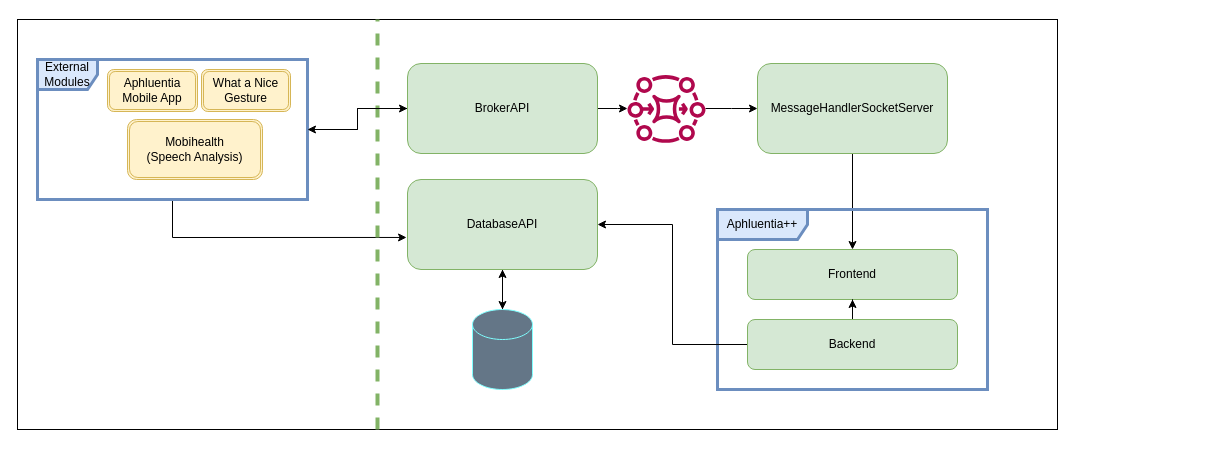
The draw.io diagram diagrams/arch/arch.drawio in APHLUENTIA/Documentation, before the edit. Source tidied: cells renumbered, new cells numbered last; positions are measured from the earlier drawing's top-left corner, leaving out a move shared by most shapes. Both pictures are drawn from the tidied source at 100%, with x=0, y=0 at pixel (17, 19).
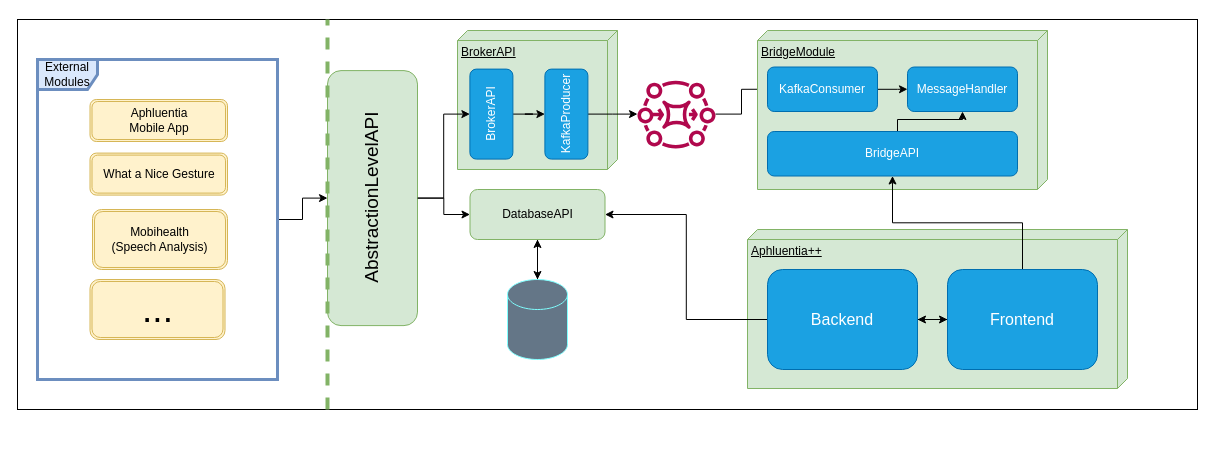
The same page after the edit.

What changed in the source:
```diff
@@
     <mxCell id="2" style="rounded=0;whiteSpace=wrap;html=1;" parent="1" vertex="1">
-      <mxGeometry width="1040" height="410" as="geometry" />
+      <mxGeometry width="1180" height="390" as="geometry" />
     </mxCell>
-    <mxCell id="3" style="edgeStyle=orthogonalEdgeStyle;rounded=0;jettySize=auto;html=1;entryX=-0.005;entryY=0.644;entryDx=0;entryDy=0;strokeWidth=1;entryPerimeter=0;" parent="1" edge="1" source="5" target="9">
-      <mxGeometry relative="1" as="geometry">
-        <Array as="points">
-          <mxPoint x="155" y="218" />
-        </Array>
-      </mxGeometry>
-    </mxCell>
-    <mxCell id="4" style="edgeStyle=orthogonalEdgeStyle;rounded=0;jettySize=auto;html=1;entryX=0;entryY=0.5;entryDx=0;entryDy=0;strokeWidth=1;" parent="1" edge="1" source="5" target="18">
-      <mxGeometry relative="1" as="geometry" />
-    </mxCell>
+    <mxCell id="19" value="Aphluentia++" style="verticalAlign=top;align=left;spacingTop=8;spacingLeft=2;spacingRight=12;shape=cube;size=10;direction=south;fontStyle=4;html=1;whiteSpace=wrap;fillColor=#d5e8d4;strokeColor=#82b366;" parent="1" vertex="1">
+      <mxGeometry x="730" y="210" width="380" height="159" as="geometry" />
+    </mxCell>
+    <mxCell id="26" style="edgeStyle=orthogonalEdgeStyle;rounded=0;jettySize=auto;html=1;" parent="1" edge="1" source="5" target="29">
+      <mxGeometry relative="1" as="geometry" />
+    </mxCell>
     <mxCell id="5" value="External&lt;br&gt;Modules" style="shape=umlFrame;whiteSpace=wrap;html=1;fillColor=#dae8fc;strokeColor=#6c8ebf;strokeWidth=3;" parent="1" vertex="1">
-      <mxGeometry x="20" y="40" width="270" height="140" as="geometry" />
+      <mxGeometry x="20" y="40" width="240" height="320" as="geometry" />
     </mxCell>
@@
     <mxCell id="7" style="shape=cylinder3;whiteSpace=wrap;html=1;boundedLbl=1;backgroundOutline=1;size=15;fillColor=#647687;strokeColor=#80ffff;fontColor=#ffffff;" parent="1" vertex="1">
-      <mxGeometry x="455" y="290" width="60" height="80" as="geometry" />
+      <mxGeometry x="490" y="260" width="60" height="80" as="geometry" />
     </mxCell>
@@
     <mxCell id="9" value="&lt;font style=&quot;font-size: 12px;&quot;&gt;DatabaseAPI&lt;br&gt;&lt;/font&gt;" style="rounded=1;whiteSpace=wrap;html=1;fillColor=#d5e8d4;strokeColor=#82b366;" parent="1" vertex="1">
-      <mxGeometry x="390" y="160" width="190" height="90" as="geometry" />
+      <mxGeometry x="452.5" y="170" width="135" height="50" as="geometry" />
     </mxCell>
-    <mxCell id="10" style="edgeStyle=orthogonalEdgeStyle;rounded=0;jettySize=auto;html=1;entryX=0.5;entryY=0;entryDx=0;entryDy=0;strokeWidth=1;" parent="1" edge="1" source="11" target="20">
-      <mxGeometry relative="1" as="geometry" />
-    </mxCell>
-    <mxCell id="11" value="MessageHandlerSocketServer" style="rounded=1;whiteSpace=wrap;html=1;fillColor=#d5e8d4;strokeColor=#82b366;" parent="1" vertex="1">
-      <mxGeometry x="740" y="44" width="190" height="90" as="geometry" />
-    </mxCell>
     <mxCell id="12" value="Aphluentia&lt;br&gt;Mobile App" style="shape=ext;double=1;rounded=1;whiteSpace=wrap;html=1;fillColor=#fff2cc;strokeColor=#d6b656;" parent="1" vertex="1">
-      <mxGeometry x="90" y="50" width="90" height="42" as="geometry" />
+      <mxGeometry x="72.5" y="80" width="137.5" height="42" as="geometry" />
     </mxCell>
     <mxCell id="13" value="What a Nice Gesture" style="shape=ext;double=1;rounded=1;whiteSpace=wrap;html=1;fillColor=#fff2cc;strokeColor=#d6b656;" parent="1" vertex="1">
-      <mxGeometry x="184" y="50" width="89" height="42" as="geometry" />
+      <mxGeometry x="72.5" y="133.6" width="137.5" height="42" as="geometry" />
     </mxCell>
     <mxCell id="14" value="Mobihealth &lt;br&gt;(Speech Analysis)" style="shape=ext;double=1;rounded=1;whiteSpace=wrap;html=1;fillColor=#fff2cc;strokeColor=#d6b656;" parent="1" vertex="1">
-      <mxGeometry x="110" y="100" width="135" height="60" as="geometry" />
+      <mxGeometry x="75" y="190" width="135" height="60" as="geometry" />
     </mxCell>
-    <mxCell id="15" style="endArrow=none;dashed=1;html=1;rounded=0;strokeWidth=4;fillColor=#d5e8d4;strokeColor=#82b366;" parent="1" edge="1">
-      <mxGeometry relative="1" as="geometry">
-        <mxPoint x="360" y="410" as="sourcePoint" />
-        <mxPoint x="360" as="targetPoint" />
-      </mxGeometry>
-    </mxCell>
-    <mxCell id="16" style="edgeStyle=orthogonalEdgeStyle;rounded=0;jettySize=auto;html=1;strokeWidth=1;" parent="1" edge="1" source="18" target="25">
-      <mxGeometry relative="1" as="geometry" />
-    </mxCell>
-    <mxCell id="17" style="edgeStyle=orthogonalEdgeStyle;rounded=0;jettySize=auto;html=1;entryX=1;entryY=0.5;entryDx=0;entryDy=0;entryPerimeter=0;fontSize=12;strokeWidth=1;" parent="1" edge="1" source="18" target="5">
-      <mxGeometry relative="1" as="geometry" />
-    </mxCell>
-    <mxCell id="18" value="BrokerAPI" style="rounded=1;whiteSpace=wrap;html=1;fillColor=#d5e8d4;strokeColor=#82b366;" parent="1" vertex="1">
-      <mxGeometry x="390" y="44" width="190" height="90" as="geometry" />
-    </mxCell>
-    <mxCell id="19" value="Aphluentia++" style="shape=umlFrame;whiteSpace=wrap;html=1;fillColor=#dae8fc;strokeColor=#6c8ebf;strokeWidth=3;width=90;height=30;" parent="1" vertex="1">
-      <mxGeometry x="700" y="190" width="270" height="180" as="geometry" />
-    </mxCell>
-    <mxCell id="20" value="Frontend" style="rounded=1;whiteSpace=wrap;html=1;fillColor=#d5e8d4;strokeColor=#82b366;" parent="1" vertex="1">
-      <mxGeometry x="730" y="230" width="210" height="50" as="geometry" />
-    </mxCell>
-    <mxCell id="21" style="edgeStyle=orthogonalEdgeStyle;rounded=0;jettySize=auto;html=1;entryX=1;entryY=0.5;entryDx=0;entryDy=0;strokeWidth=1;" parent="1" edge="1" source="23" target="9">
+    <mxCell id="21" style="edgeStyle=orthogonalEdgeStyle;rounded=0;jettySize=auto;html=1;entryX=1;entryY=0.5;entryDx=0;entryDy=0;strokeWidth=1;exitX=0;exitY=0.5;exitDx=0;exitDy=0;" parent="1" edge="1" source="23" target="9">
       <mxGeometry relative="1" as="geometry" />
     </mxCell>
-    <mxCell id="22" style="edgeStyle=orthogonalEdgeStyle;rounded=0;jettySize=auto;html=1;entryX=0.5;entryY=1;entryDx=0;entryDy=0;strokeWidth=1;" parent="1" edge="1" source="23" target="20">
-      <mxGeometry relative="1" as="geometry" />
+    <mxCell id="22" style="edgeStyle=orthogonalEdgeStyle;rounded=0;orthogonalLoop=1;jettySize=auto;html=1;entryX=0.5;entryY=1;entryDx=0;entryDy=0;strokeWidth=1;" parent="1" edge="1">
+      <mxGeometry relative="1" as="geometry">
+        <mxPoint x="835" y="280" as="targetPoint" />
+      </mxGeometry>
     </mxCell>
+    <mxCell id="27" style="edgeStyle=orthogonalEdgeStyle;rounded=0;jettySize=auto;html=1;entryX=0;entryY=0.5;entryDx=0;entryDy=0;" parent="1" edge="1" source="25" target="32">
+      <mxGeometry relative="1" as="geometry" />
+    </mxCell>
+    <mxCell id="25" style="sketch=0;outlineConnect=0;fontColor=#232F3E;gradientColor=none;fillColor=#B0084D;strokeColor=none;dashed=0;verticalLabelPosition=bottom;verticalAlign=top;align=center;html=1;fontSize=12;fontStyle=0;shape=mxgraph.aws4.mq_broker;" parent="1" vertex="1">
+      <mxGeometry x="620" y="55.6" width="78" height="78" as="geometry" />
+    </mxCell>
+    <mxCell id="28" style="edgeStyle=orthogonalEdgeStyle;rounded=0;jettySize=auto;html=1;" parent="1" edge="1" source="29" target="9">
+      <mxGeometry relative="1" as="geometry" />
+    </mxCell>
+    <mxCell id="29" value="&lt;font style=&quot;font-size: 19px;&quot;&gt;AbstractionLevelAPI&lt;/font&gt;" style="rounded=1;whiteSpace=wrap;html=1;fillColor=#d5e8d4;strokeColor=#82b366;rotation=-90;" parent="1" vertex="1">
+      <mxGeometry x="227.5" y="133.6" width="255" height="90" as="geometry" />
+    </mxCell>
+    <mxCell id="30" value="BridgeModule" style="verticalAlign=top;align=left;spacingTop=8;spacingLeft=2;spacingRight=12;shape=cube;size=10;direction=south;fontStyle=4;html=1;whiteSpace=wrap;fillColor=#d5e8d4;strokeColor=#82b366;" parent="1" vertex="1">
+      <mxGeometry x="740" y="11" width="290" height="159" as="geometry" />
+    </mxCell>
+    <mxCell id="31" style="edgeStyle=orthogonalEdgeStyle;rounded=0;jettySize=auto;html=1;entryX=0;entryY=0.5;entryDx=0;entryDy=0;" parent="1" edge="1" source="32" target="33">
+      <mxGeometry relative="1" as="geometry" />
+    </mxCell>
+    <mxCell id="32" value="KafkaConsumer" style="rounded=1;whiteSpace=wrap;html=1;fillColor=#1ba1e2;strokeColor=#006EAF;fontColor=#ffffff;" parent="1" vertex="1">
+      <mxGeometry x="750" y="47.5" width="110" height="44.5" as="geometry" />
+    </mxCell>
+    <mxCell id="33" value="MessageHandler" style="rounded=1;whiteSpace=wrap;html=1;fillColor=#1ba1e2;strokeColor=#006EAF;fontColor=#ffffff;" parent="1" vertex="1">
+      <mxGeometry x="890" y="47.5" width="110" height="44.5" as="geometry" />
+    </mxCell>
+    <mxCell id="34" style="edgeStyle=orthogonalEdgeStyle;rounded=0;jettySize=auto;html=1;entryX=0.5;entryY=1;entryDx=0;entryDy=0;" parent="1" edge="1" source="35" target="33">
+      <mxGeometry relative="1" as="geometry">
+        <Array as="points">
+          <mxPoint x="880" y="100" />
+          <mxPoint x="945" y="100" />
+        </Array>
+      </mxGeometry>
+    </mxCell>
+    <mxCell id="35" value="BridgeAPI" style="rounded=1;whiteSpace=wrap;html=1;fillColor=#1ba1e2;strokeColor=#006EAF;fontColor=#ffffff;" parent="1" vertex="1">
+      <mxGeometry x="750" y="112" width="250" height="44.5" as="geometry" />
+    </mxCell>
+    <mxCell id="36" style="edgeStyle=orthogonalEdgeStyle;rounded=0;jettySize=auto;html=1;" parent="1" edge="1" source="23" target="20">
+      <mxGeometry relative="1" as="geometry" />
+    </mxCell>
-    <mxCell id="23" value="Backend" style="rounded=1;whiteSpace=wrap;html=1;fillColor=#d5e8d4;strokeColor=#82b366;" parent="1" vertex="1">
-      <mxGeometry x="730" y="300" width="210" height="50" as="geometry" />
+    <mxCell id="23" value="&lt;font style=&quot;font-size: 16px;&quot;&gt;Backend&lt;/font&gt;" style="rounded=1;whiteSpace=wrap;html=1;fillColor=#1ba1e2;strokeColor=#006EAF;fontColor=#ffffff;" parent="1" vertex="1">
+      <mxGeometry x="750" y="250" width="150" height="100" as="geometry" />
     </mxCell>
-    <mxCell id="24" style="edgeStyle=orthogonalEdgeStyle;rounded=0;jettySize=auto;html=1;strokeWidth=1;" parent="1" edge="1" source="25" target="11">
-      <mxGeometry relative="1" as="geometry" />
-    </mxCell>
-    <mxCell id="25" style="sketch=0;outlineConnect=0;fontColor=#232F3E;gradientColor=none;fillColor=#B0084D;strokeColor=none;dashed=0;verticalLabelPosition=bottom;verticalAlign=top;align=center;html=1;fontSize=12;fontStyle=0;shape=mxgraph.aws4.mq_broker;" parent="1" vertex="1">
-      <mxGeometry x="610" y="50" width="78" height="78" as="geometry" />
-    </mxCell>
+    <mxCell id="37" style="edgeStyle=orthogonalEdgeStyle;rounded=0;jettySize=auto;html=1;entryX=0.5;entryY=1;entryDx=0;entryDy=0;" parent="1" edge="1" source="20" target="35">
+      <mxGeometry relative="1" as="geometry" />
+    </mxCell>
+    <mxCell id="38" style="edgeStyle=orthogonalEdgeStyle;rounded=0;jettySize=auto;html=1;entryX=1;entryY=0.5;entryDx=0;entryDy=0;" parent="1" edge="1" source="20" target="23">
+      <mxGeometry relative="1" as="geometry" />
+    </mxCell>
+    <mxCell id="20" value="&lt;font style=&quot;font-size: 16px;&quot;&gt;Frontend&lt;/font&gt;" style="rounded=1;whiteSpace=wrap;html=1;fillColor=#1ba1e2;strokeColor=#006EAF;fontColor=#ffffff;" parent="1" vertex="1">
+      <mxGeometry x="930" y="250" width="150" height="100" as="geometry" />
+    </mxCell>
+    <mxCell id="39" value="BrokerAPI" style="verticalAlign=top;align=left;spacingTop=8;spacingLeft=2;spacingRight=12;shape=cube;size=10;direction=south;fontStyle=4;html=1;whiteSpace=wrap;fillColor=#d5e8d4;strokeColor=#82b366;" parent="1" vertex="1">
+      <mxGeometry x="440" y="11" width="160" height="139" as="geometry" />
+    </mxCell>
+    <mxCell id="40" style="edgeStyle=orthogonalEdgeStyle;rounded=0;jettySize=auto;html=1;entryX=0.5;entryY=0;entryDx=0;entryDy=0;" parent="1" edge="1" source="41" target="43">
+      <mxGeometry relative="1" as="geometry" />
+    </mxCell>
+    <mxCell id="41" value="BrokerAPI" style="rounded=1;whiteSpace=wrap;html=1;fillColor=#1ba1e2;strokeColor=#006EAF;fontColor=#ffffff;rotation=-90;" parent="1" vertex="1">
+      <mxGeometry x="428.9" y="73.1" width="90" height="43" as="geometry" />
+    </mxCell>
+    <mxCell id="42" style="edgeStyle=orthogonalEdgeStyle;rounded=0;jettySize=auto;html=1;" parent="1" edge="1" source="43" target="25">
+      <mxGeometry relative="1" as="geometry" />
+    </mxCell>
+    <mxCell id="43" value="KafkaProducer" style="rounded=1;whiteSpace=wrap;html=1;fillColor=#1ba1e2;strokeColor=#006EAF;fontColor=#ffffff;rotation=-90;" parent="1" vertex="1">
+      <mxGeometry x="503.9" y="73.1" width="90" height="43" as="geometry" />
+    </mxCell>
+    <mxCell id="15" style="endArrow=none;dashed=1;html=1;rounded=0;strokeWidth=4;fillColor=#d5e8d4;strokeColor=#82b366;" parent="1" edge="1">
+      <mxGeometry relative="1" as="geometry">
+        <mxPoint x="310" y="390" as="sourcePoint" />
+        <mxPoint x="310" as="targetPoint" />
+      </mxGeometry>
+    </mxCell>
+    <mxCell id="44" style="edgeStyle=orthogonalEdgeStyle;rounded=0;jettySize=auto;html=1;entryX=0.5;entryY=0;entryDx=0;entryDy=0;" parent="1" edge="1" source="29" target="41">
+      <mxGeometry relative="1" as="geometry" />
+    </mxCell>
+    <mxCell id="45" value="&lt;font style=&quot;font-size: 37px;&quot;&gt;...&lt;/font&gt;" style="shape=ext;double=1;rounded=1;whiteSpace=wrap;html=1;fillColor=#fff2cc;strokeColor=#d6b656;align=center;verticalAlign=top;" parent="1" vertex="1">
+      <mxGeometry x="72.5" y="260" width="135" height="60" as="geometry" />
+    </mxCell>
```
